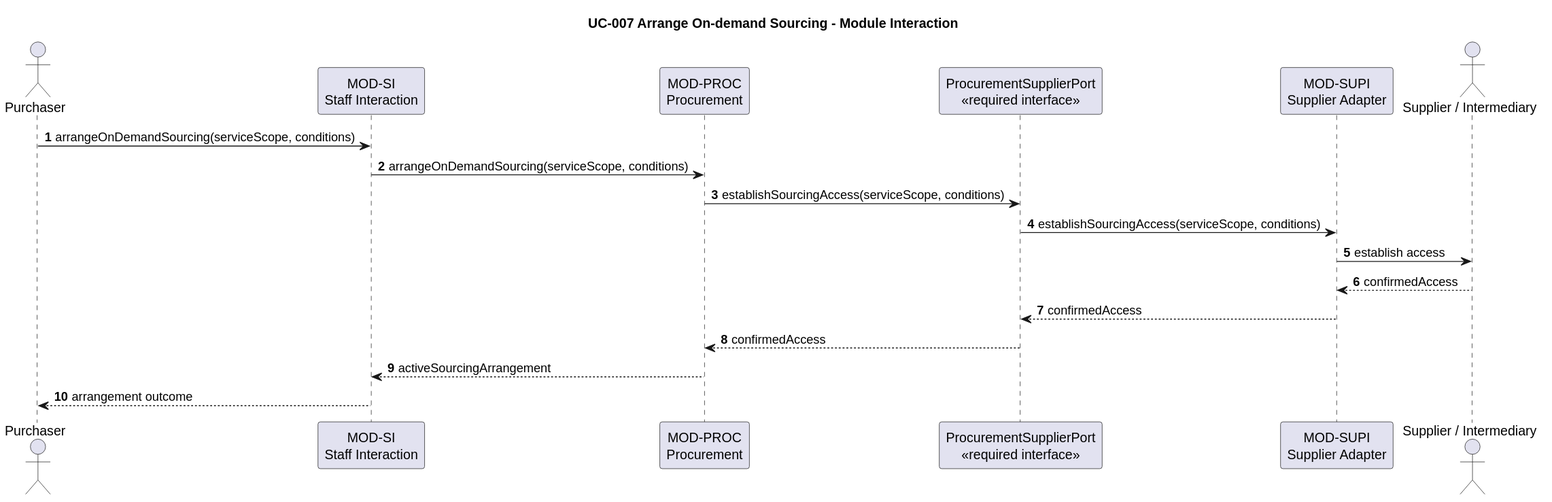
This is docs/architecture/software-architecture/uc-007-arrange-on-demand-sourcing.svg from hochschule-darmstadt/a3se_app, a PlantUML export, as it was before one commit. The source it was exported from:
```plantuml
@startuml
title UC-007 Arrange On-demand Sourcing - Module Interaction
autonumber
actor Purchaser
participant "MOD-SI\nStaff Interaction" as SI
participant "MOD-PROC\nProcurement" as PROC
participant "ProcurementSupplierPort\n<<required interface>>" as PORT
participant "MOD-SUPI\nSupplier Adapter" as SUPI
actor "Supplier / Intermediary" as Supplier

Purchaser -> SI: arrangeOnDemandSourcing(serviceScope, conditions)
SI -> PROC: arrangeOnDemandSourcing(serviceScope, conditions)
PROC -> PORT: establishSourcingAccess(serviceScope, conditions)
PORT -> SUPI: establishSourcingAccess(serviceScope, conditions)
SUPI -> Supplier: establish access
Supplier --> SUPI: confirmedAccess
SUPI --> PORT: confirmedAccess
PORT --> PROC: confirmedAccess
PROC --> SI: activeSourcingArrangement
SI --> Purchaser: arrangement outcome
@enduml
```
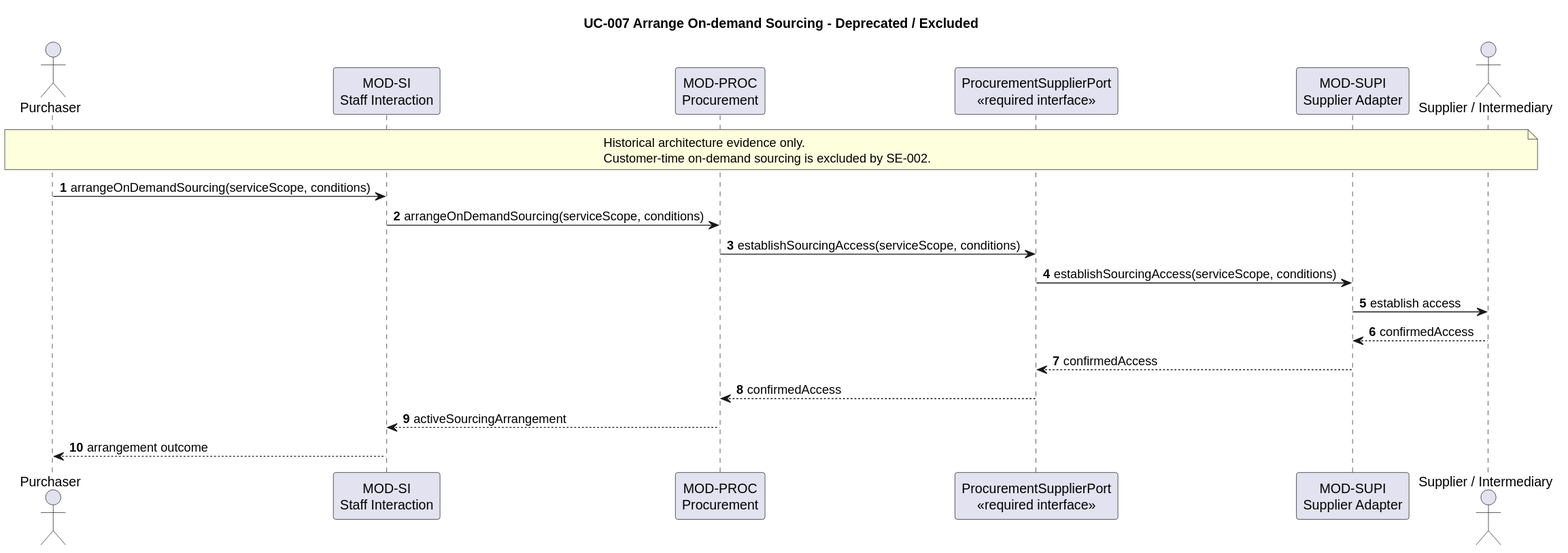
The same file after the commit.

What changed in the source:
```diff
@@ -1,5 +1,9 @@
 @startuml
-title UC-007 Arrange On-demand Sourcing - Module Interaction
+title UC-007 Arrange On-demand Sourcing - Deprecated / Excluded
+note across
+  Historical architecture evidence only.
+  Customer-time on-demand sourcing is excluded by SE-002.
+end note
 autonumber
 actor Purchaser
 participant "MOD-SI\nStaff Interaction" as SI
```
